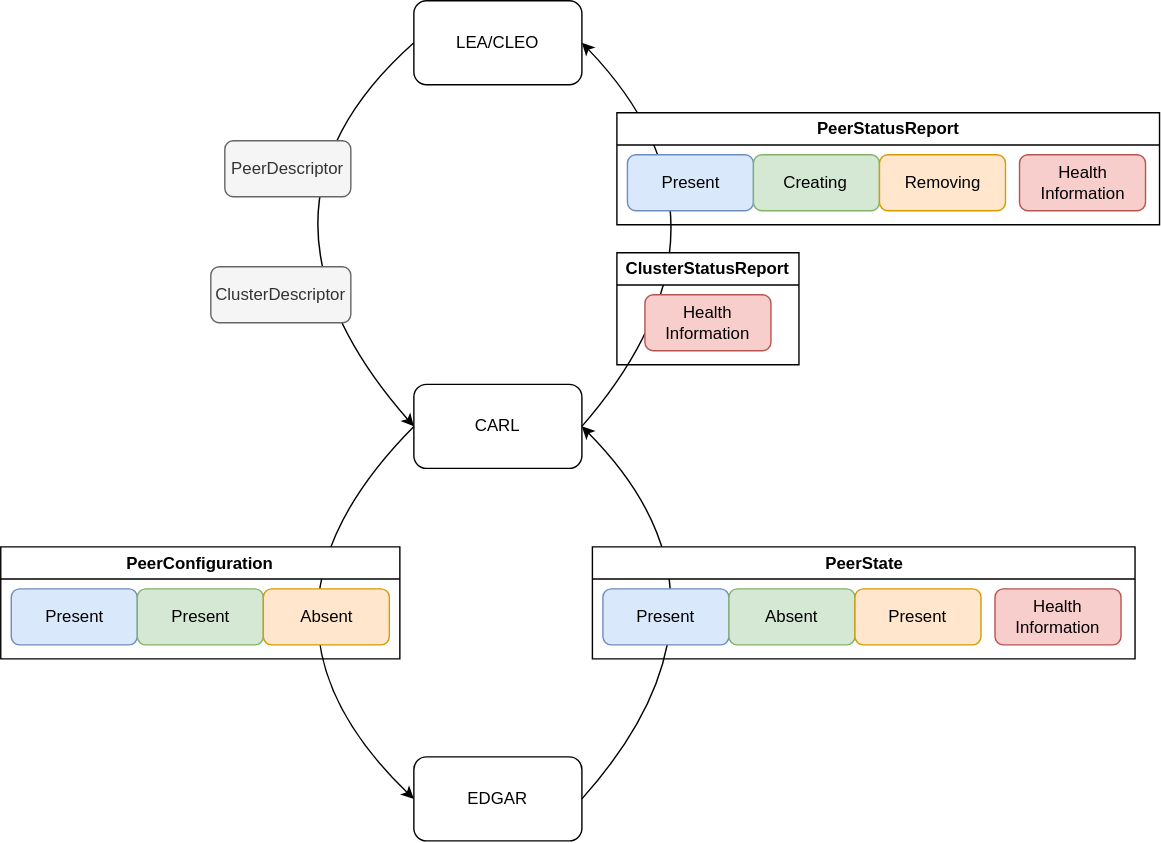
This is doc/src/architecture/carl/peer/img/peer-state-configuration.svg from eclipse-opendut/opendut, a draw.io export, as it was before one commit. Source tidied: cells renumbered, new cells last; positions are measured from the earlier drawing's top-left corner, leaving out a move shared by most shapes.
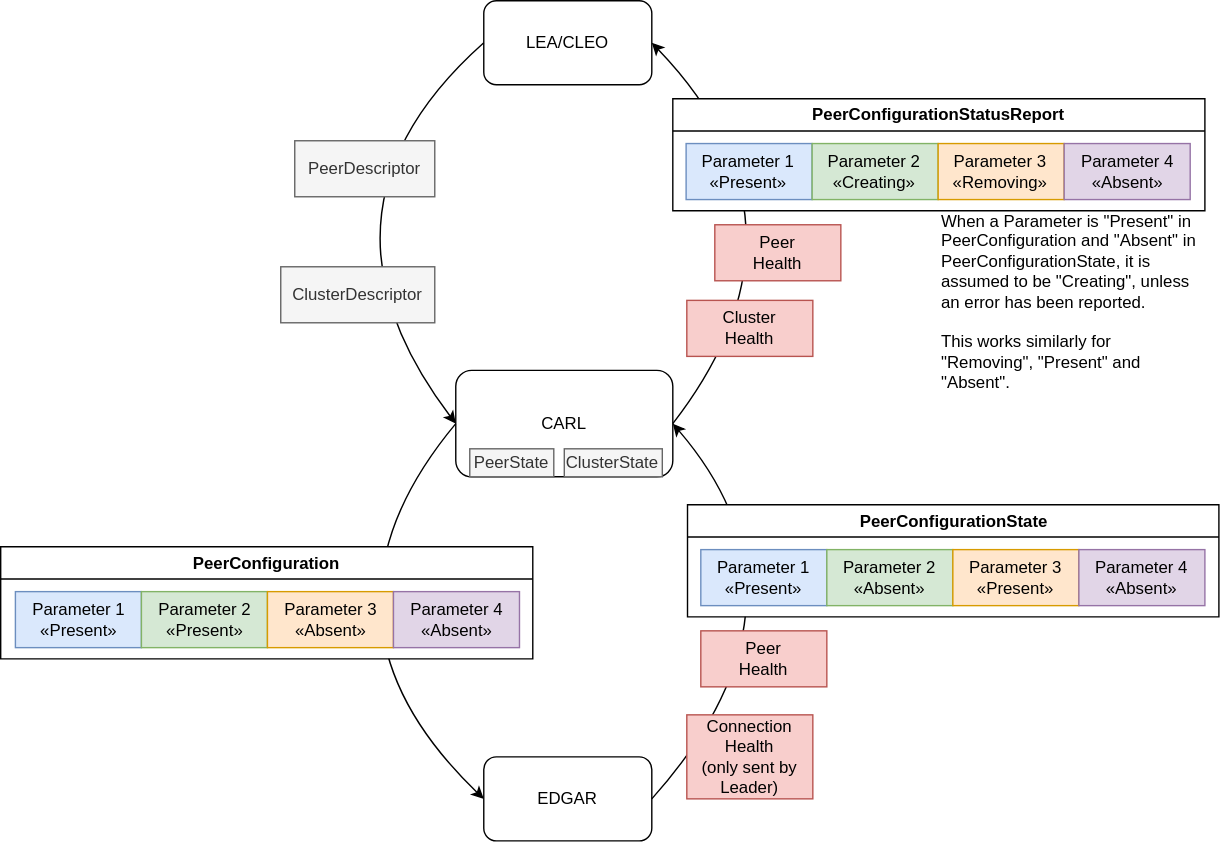
After the commit.

Commit message:
Doc: Make PeerState/-Configuration diagram clearer and more detailed.

The edit, as a diff of the source:
```diff
@@ -6,7 +6,7 @@
       <mxGeometry x="295" width="120" height="60" as="geometry" />
     </mxCell>
     <mxCell id="3" value="CARL" style="rounded=1;whiteSpace=wrap;html=1;" parent="1" vertex="1">
-      <mxGeometry x="295" y="274" width="120" height="60" as="geometry" />
+      <mxGeometry x="275" y="264" width="155" height="76" as="geometry" />
     </mxCell>
     <mxCell id="4" value="EDGAR" style="rounded=1;whiteSpace=wrap;html=1;" parent="1" vertex="1">
       <mxGeometry x="295" y="540" width="120" height="60" as="geometry" />
@@ -39,59 +39,77 @@
         </Array>
       </mxGeometry>
     </mxCell>
-    <mxCell id="9" value="PeerDescriptor" style="rounded=1;whiteSpace=wrap;html=1;fillColor=#f5f5f5;fontColor=#333333;strokeColor=#666666;" parent="1" vertex="1">
-      <mxGeometry x="160" y="100" width="90" height="40" as="geometry" />
+    <mxCell id="9" value="PeerDescriptor" style="rounded=0;whiteSpace=wrap;html=1;fillColor=#f5f5f5;fontColor=#333333;strokeColor=#666666;" parent="1" vertex="1">
+      <mxGeometry x="160" y="100" width="100" height="40" as="geometry" />
     </mxCell>
-    <mxCell id="10" value="ClusterDescriptor" style="rounded=1;whiteSpace=wrap;html=1;fillColor=#f5f5f5;fontColor=#333333;strokeColor=#666666;" parent="1" vertex="1">
-      <mxGeometry x="150" y="190" width="100" height="40" as="geometry" />
+    <mxCell id="10" value="ClusterDescriptor" style="rounded=0;whiteSpace=wrap;html=1;fillColor=#f5f5f5;fontColor=#333333;strokeColor=#666666;" parent="1" vertex="1">
+      <mxGeometry x="150" y="190" width="110" height="40" as="geometry" />
     </mxCell>
-    <mxCell id="11" value="PeerConfiguration" style="swimlane;whiteSpace=wrap;html=1;fixDash=0;" parent="1" vertex="1">
-      <mxGeometry y="390" width="285" height="80" as="geometry" />
+    <mxCell id="11" value="PeerConfiguration" style="swimlane;whiteSpace=wrap;html=1;fixDash=0;swimlaneFillColor=default;" parent="1" vertex="1">
+      <mxGeometry x="-50" y="390" width="380" height="80" as="geometry" />
     </mxCell>
-    <mxCell id="12" value="Present" style="rounded=1;whiteSpace=wrap;html=1;fillColor=#dae8fc;strokeColor=#6c8ebf;" parent="11" vertex="1">
-      <mxGeometry x="7.5" y="30" width="90" height="40" as="geometry" />
+    <mxCell id="12" value="Parameter 1&lt;br&gt;«Present»" style="rounded=0;whiteSpace=wrap;html=1;fillColor=#dae8fc;strokeColor=#6c8ebf;" parent="11" vertex="1">
+      <mxGeometry x="10.5" y="32" width="90" height="40" as="geometry" />
     </mxCell>
-    <mxCell id="13" value="Present" style="rounded=1;whiteSpace=wrap;html=1;fillColor=#d5e8d4;strokeColor=#82b366;" parent="11" vertex="1">
-      <mxGeometry x="97.5" y="30" width="90" height="40" as="geometry" />
+    <mxCell id="13" value="Parameter 2&lt;br&gt;«Present»" style="rounded=0;whiteSpace=wrap;html=1;fillColor=#d5e8d4;strokeColor=#82b366;" parent="11" vertex="1">
+      <mxGeometry x="100.5" y="32" width="90" height="40" as="geometry" />
     </mxCell>
-    <mxCell id="14" value="Absent" style="rounded=1;whiteSpace=wrap;html=1;fillColor=#ffe6cc;strokeColor=#d79b00;" parent="11" vertex="1">
-      <mxGeometry x="187.5" y="30" width="90" height="40" as="geometry" />
+    <mxCell id="14" value="Parameter 3&lt;br&gt;«Absent»" style="rounded=0;whiteSpace=wrap;html=1;fillColor=#ffe6cc;strokeColor=#d79b00;" parent="11" vertex="1">
+      <mxGeometry x="190.5" y="32" width="90" height="40" as="geometry" />
     </mxCell>
+    <mxCell id="27" value="Parameter 4&lt;br&gt;«Absent»" style="rounded=0;whiteSpace=wrap;html=1;fillColor=#e1d5e7;strokeColor=#9673a6;" parent="11" vertex="1">
+      <mxGeometry x="280.5" y="32" width="90" height="40" as="geometry" />
+    </mxCell>
-    <mxCell id="15" value="PeerState" style="swimlane;whiteSpace=wrap;html=1;fixDash=0;" parent="1" vertex="1">
-      <mxGeometry x="422.5" y="390" width="387.5" height="80" as="geometry" />
+    <mxCell id="15" value="PeerConfigurationState" style="swimlane;whiteSpace=wrap;html=1;fixDash=0;swimlaneFillColor=default;" parent="1" vertex="1">
+      <mxGeometry x="440.5" y="360" width="379.5" height="80" as="geometry" />
     </mxCell>
-    <mxCell id="16" value="Present" style="rounded=1;whiteSpace=wrap;html=1;fillColor=#dae8fc;strokeColor=#6c8ebf;" parent="15" vertex="1">
-      <mxGeometry x="7.5" y="30" width="90" height="40" as="geometry" />
+    <mxCell id="16" value="Parameter 1&lt;br&gt;«Present»" style="rounded=0;whiteSpace=wrap;html=1;fillColor=#dae8fc;strokeColor=#6c8ebf;" parent="15" vertex="1">
+      <mxGeometry x="9.5" y="32" width="90" height="40" as="geometry" />
     </mxCell>
-    <mxCell id="17" value="Absent" style="rounded=1;whiteSpace=wrap;html=1;fillColor=#d5e8d4;strokeColor=#82b366;" parent="15" vertex="1">
-      <mxGeometry x="97.5" y="30" width="90" height="40" as="geometry" />
+    <mxCell id="17" value="Parameter 2&lt;br&gt;«Absent»" style="rounded=0;whiteSpace=wrap;html=1;fillColor=#d5e8d4;strokeColor=#82b366;" parent="15" vertex="1">
+      <mxGeometry x="99.5" y="32" width="90" height="40" as="geometry" />
     </mxCell>
-    <mxCell id="18" value="Present" style="rounded=1;whiteSpace=wrap;html=1;fillColor=#ffe6cc;strokeColor=#d79b00;" parent="15" vertex="1">
-      <mxGeometry x="187.5" y="30" width="90" height="40" as="geometry" />
+    <mxCell id="18" value="Parameter 3&lt;br&gt;«Present»" style="rounded=0;whiteSpace=wrap;html=1;fillColor=#ffe6cc;strokeColor=#d79b00;" parent="15" vertex="1">
+      <mxGeometry x="189.5" y="32" width="90" height="40" as="geometry" />
     </mxCell>
-    <mxCell id="19" value="Health&lt;br&gt;Information" style="rounded=1;whiteSpace=wrap;html=1;fillColor=#f8cecc;strokeColor=#b85450;" parent="15" vertex="1">
-      <mxGeometry x="287.5" y="30" width="90" height="40" as="geometry" />
-    </mxCell>
+    <mxCell id="28" value="Parameter 4&lt;br&gt;«Absent»" style="rounded=0;whiteSpace=wrap;html=1;fillColor=#e1d5e7;strokeColor=#9673a6;" parent="15" vertex="1">
+      <mxGeometry x="279.5" y="32" width="90" height="40" as="geometry" />
+    </mxCell>
-    <mxCell id="20" value="PeerStatusReport" style="swimlane;whiteSpace=wrap;html=1;fixDash=0;" parent="1" vertex="1">
-      <mxGeometry x="440" y="80" width="387.5" height="80" as="geometry" />
+    <mxCell id="20" value="PeerConfigurationStatusReport" style="swimlane;whiteSpace=wrap;html=1;fixDash=0;swimlaneFillColor=default;" parent="1" vertex="1">
+      <mxGeometry x="430" y="70" width="380" height="80" as="geometry" />
     </mxCell>
-    <mxCell id="21" value="Present" style="rounded=1;whiteSpace=wrap;html=1;fillColor=#dae8fc;strokeColor=#6c8ebf;" parent="20" vertex="1">
-      <mxGeometry x="7.5" y="30" width="90" height="40" as="geometry" />
+    <mxCell id="21" value="Parameter 1&lt;br&gt;«Present»" style="rounded=0;whiteSpace=wrap;html=1;fillColor=#dae8fc;strokeColor=#6c8ebf;" parent="20" vertex="1">
+      <mxGeometry x="9.5" y="32" width="90" height="40" as="geometry" />
     </mxCell>
-    <mxCell id="22" value="Creating" style="rounded=1;whiteSpace=wrap;html=1;fillColor=#d5e8d4;strokeColor=#82b366;" parent="20" vertex="1">
-      <mxGeometry x="97.5" y="30" width="90" height="40" as="geometry" />
+    <mxCell id="22" value="Parameter 2&lt;br&gt;«Creating»" style="rounded=0;whiteSpace=wrap;html=1;fillColor=#d5e8d4;strokeColor=#82b366;" parent="20" vertex="1">
+      <mxGeometry x="99.5" y="32" width="90" height="40" as="geometry" />
     </mxCell>
-    <mxCell id="23" value="Removing" style="rounded=1;whiteSpace=wrap;html=1;fillColor=#ffe6cc;strokeColor=#d79b00;" parent="20" vertex="1">
-      <mxGeometry x="187.5" y="30" width="90" height="40" as="geometry" />
+    <mxCell id="23" value="Parameter 3&lt;br&gt;«Removing»" style="rounded=0;whiteSpace=wrap;html=1;fillColor=#ffe6cc;strokeColor=#d79b00;" parent="20" vertex="1">
+      <mxGeometry x="189.5" y="32" width="90" height="40" as="geometry" />
     </mxCell>
+    <mxCell id="29" value="Parameter 4&lt;br&gt;«Absent»" style="rounded=0;whiteSpace=wrap;html=1;fillColor=#e1d5e7;strokeColor=#9673a6;" parent="20" vertex="1">
+      <mxGeometry x="279.5" y="32" width="90" height="40" as="geometry" />
+    </mxCell>
+    <mxCell id="30" value="PeerState" style="rounded=0;whiteSpace=wrap;html=1;fillColor=#f5f5f5;fontColor=#333333;strokeColor=#666666;" parent="1" vertex="1">
+      <mxGeometry x="285" y="320" width="60" height="20" as="geometry" />
+    </mxCell>
+    <mxCell id="31" value="ClusterState" style="rounded=0;whiteSpace=wrap;html=1;fillColor=#f5f5f5;fontColor=#333333;strokeColor=#666666;" parent="1" vertex="1">
+      <mxGeometry x="352.5" y="320" width="70" height="20" as="geometry" />
+    </mxCell>
+    <mxCell id="19" value="Peer&lt;br&gt;Health" style="rounded=0;whiteSpace=wrap;html=1;fillColor=#f8cecc;strokeColor=#b85450;" parent="1" vertex="1">
+      <mxGeometry x="450" y="450" width="90" height="40" as="geometry" />
+    </mxCell>
+    <mxCell id="26" value="Cluster&lt;br&gt;Health" style="rounded=0;whiteSpace=wrap;html=1;fillColor=#f8cecc;strokeColor=#b85450;" parent="1" vertex="1">
+      <mxGeometry x="440" y="214" width="90" height="40" as="geometry" />
+    </mxCell>
-    <mxCell id="24" value="Health&lt;br&gt;Information" style="rounded=1;whiteSpace=wrap;html=1;fillColor=#f8cecc;strokeColor=#b85450;" parent="20" vertex="1">
-      <mxGeometry x="287.5" y="30" width="90" height="40" as="geometry" />
+    <mxCell id="24" value="Peer&lt;br&gt;Health" style="rounded=0;whiteSpace=wrap;html=1;fillColor=#f8cecc;strokeColor=#b85450;" parent="1" vertex="1">
+      <mxGeometry x="460" y="160" width="90" height="40" as="geometry" />
     </mxCell>
-    <mxCell id="25" value="ClusterStatusReport" style="swimlane;whiteSpace=wrap;html=1;fixDash=0;" parent="1" vertex="1">
-      <mxGeometry x="440" y="180" width="130" height="80" as="geometry" />
-    </mxCell>
-    <mxCell id="26" value="Health&lt;br&gt;Information" style="rounded=1;whiteSpace=wrap;html=1;fillColor=#f8cecc;strokeColor=#b85450;" parent="25" vertex="1">
-      <mxGeometry x="20" y="30" width="90" height="40" as="geometry" />
-    </mxCell>
+    <mxCell id="32" value="Connection&lt;br&gt;Health&lt;br&gt;(only sent by Leader)" style="rounded=0;whiteSpace=wrap;html=1;fillColor=#f8cecc;strokeColor=#b85450;" parent="1" vertex="1">
+      <mxGeometry x="440" y="510" width="90" height="60" as="geometry" />
+    </mxCell>
+    <mxCell id="33" value="When a Parameter is &quot;Present&quot; in PeerConfiguration and &quot;Absent&quot; in PeerConfigurationState, it is assumed to be &quot;Creating&quot;, unless an error has been reported.&lt;br&gt;&lt;br&gt;This works similarly for &quot;Removing&quot;, &quot;Present&quot; and &quot;Absent&quot;." style="text;html=1;strokeColor=none;fillColor=none;align=left;verticalAlign=top;whiteSpace=wrap;rounded=0;horizontal=1;" parent="1" vertex="1">
+      <mxGeometry x="620" y="144" width="190" height="146" as="geometry" />
+    </mxCell>
   </root>
 </mxGraphModel>
```
